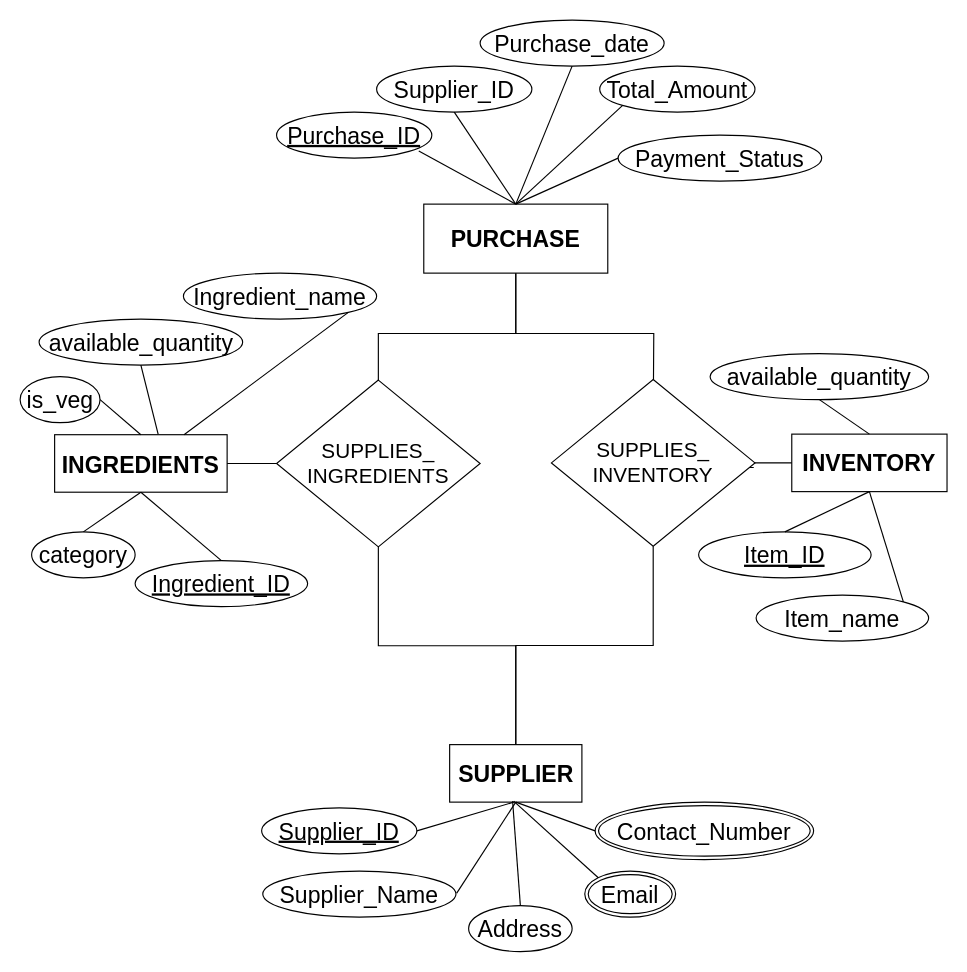
Earlier version of the draw.io diagram Cloud_Kitchen_P2.drawio (BunsenBurrito/Cloud_Kitchen_SEM-5). Source tidied: cells renumbered, new cells numbered last; positions are measured from the earlier drawing's top-left corner, leaving out a move shared by most shapes. Both pictures are drawn from the tidied source at 115%, with x=0, y=0 at pixel (20, 20).
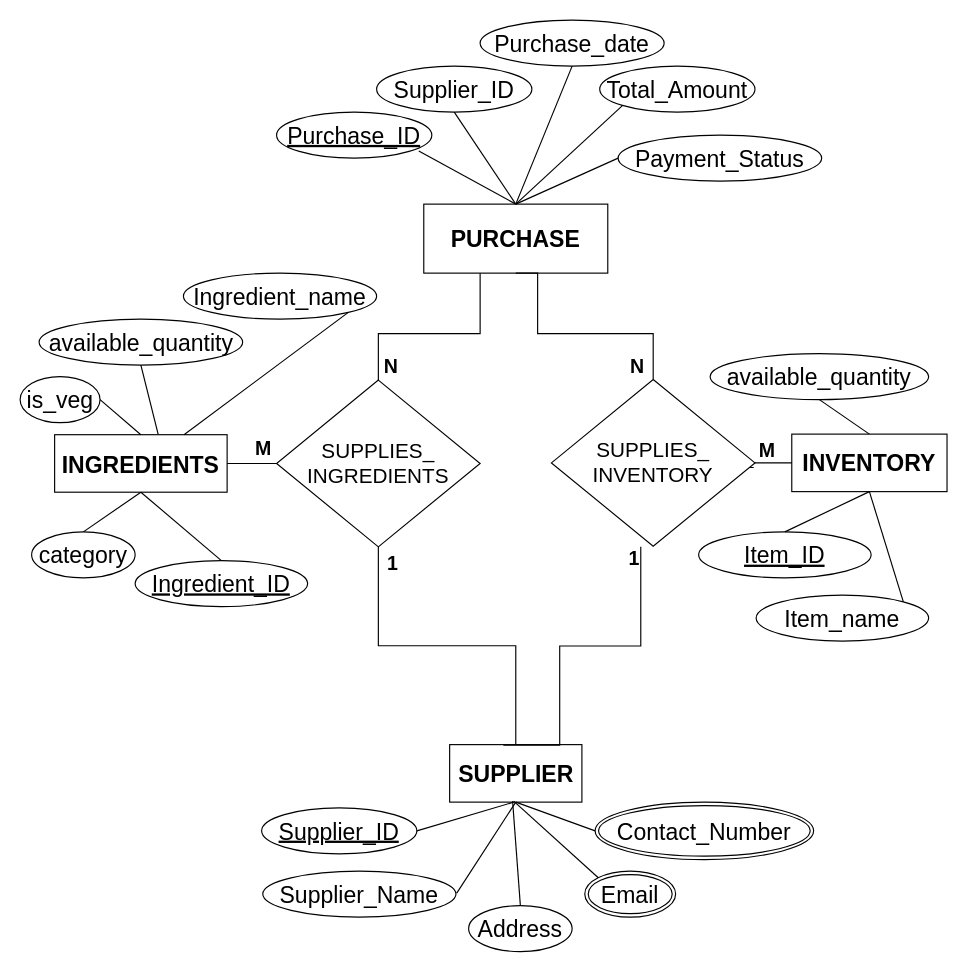
The same diagram, later.

The change refers to these unchanged cells:
```xml
<mxCell id="2" value="&lt;font style=&quot;font-size: 20px;&quot;&gt;&lt;b&gt;PURCHASE&lt;/b&gt;&lt;/font&gt;" style="whiteSpace=wrap;html=1;align=center;" parent="1" vertex="1">
  <mxGeometry x="351" y="160" width="160" height="60" as="geometry" />
</mxCell>
<mxCell id="4" value="&lt;font style=&quot;font-size: 20px;&quot;&gt;&lt;b&gt;SUPPLIER&lt;/b&gt;&lt;/font&gt;" style="whiteSpace=wrap;html=1;align=center;" parent="1" vertex="1">
  <mxGeometry x="373.5" y="630" width="115" height="50" as="geometry" />
</mxCell>
<mxCell id="7" value="&lt;font style=&quot;font-size: 18px;&quot;&gt;SUPP&lt;/font&gt;&lt;span style=&quot;font-size: 18px; background-color: transparent; color: light-dark(rgb(0, 0, 0), rgb(255, 255, 255));&quot;&gt;LIES_&lt;/span&gt;&lt;div&gt;&lt;span style=&quot;font-size: 18px; background-color: transparent; color: light-dark(rgb(0, 0, 0), rgb(255, 255, 255));&quot;&gt;INGREDIENTS&lt;/span&gt;&lt;/div&gt;" style="shape=rhombus;perimeter=rhombusPerimeter;whiteSpace=wrap;html=1;align=center;" parent="1" vertex="1">
  <mxGeometry x="223" y="313" width="177" height="145" as="geometry" />
</mxCell>
<mxCell id="13" value="&lt;font style=&quot;font-size: 18px;&quot;&gt;SUPP&lt;/font&gt;&lt;span style=&quot;font-size: 18px; background-color: transparent; color: light-dark(rgb(0, 0, 0), rgb(255, 255, 255));&quot;&gt;LIES_&lt;/span&gt;&lt;div&gt;&lt;span style=&quot;font-size: 18px; background-color: transparent; color: light-dark(rgb(0, 0, 0), rgb(255, 255, 255));&quot;&gt;INVENTORY&lt;/span&gt;&lt;/div&gt;" style="shape=rhombus;perimeter=rhombusPerimeter;whiteSpace=wrap;html=1;align=center;" parent="1" vertex="1">
  <mxGeometry x="462" y="312.5" width="177" height="145" as="geometry" />
</mxCell>
```

Change to the diagram source:
```diff
@@
     <mxCell id="6" style="edgeStyle=orthogonalEdgeStyle;rounded=0;jettySize=auto;html=1;endArrow=none;endFill=0;" parent="1" edge="1" source="7" target="2">
       <mxGeometry relative="1" as="geometry">
         <Array as="points">
-          <mxPoint x="311" y="272.5" />
-          <mxPoint x="431" y="272.5" />
+          <mxPoint x="311.6" y="272.6" />
+          <mxPoint x="400" y="272.6" />
         </Array>
       </mxGeometry>
     </mxCell>
@@
     <mxCell id="8" style="edgeStyle=orthogonalEdgeStyle;rounded=0;jettySize=auto;html=1;endArrow=none;endFill=0;entryX=0.5;entryY=1;entryDx=0;entryDy=0;exitX=0.5;exitY=0;exitDx=0;exitDy=0;" parent="1" edge="1" source="13" target="2">
       <mxGeometry relative="1" as="geometry">
         <Array as="points">
-          <mxPoint x="551" y="350" />
-          <mxPoint x="551" y="272.5" />
-          <mxPoint x="431" y="272.5" />
+          <mxPoint x="550.6" y="272.6" />
+          <mxPoint x="450" y="272.6" />
+          <mxPoint x="450" y="220" />
         </Array>
       </mxGeometry>
     </mxCell>
@@
-    <mxCell id="12" style="edgeStyle=orthogonalEdgeStyle;rounded=0;jettySize=auto;html=1;endArrow=none;endFill=0;entryX=0.5;entryY=1;entryDx=0;entryDy=0;exitX=0.5;exitY=0;exitDx=0;exitDy=0;" parent="1" edge="1" source="4" target="13">
-      <mxGeometry relative="1" as="geometry" />
+    <mxCell id="12" style="edgeStyle=orthogonalEdgeStyle;rounded=0;orthogonalLoop=1;jettySize=auto;html=1;endArrow=none;endFill=0;entryX=0.5;entryY=1;entryDx=0;entryDy=0;exitX=0.5;exitY=0;exitDx=0;exitDy=0;" parent="1" edge="1">
+      <mxGeometry relative="1" as="geometry">
+        <mxPoint x="420.2" y="630.5" as="sourcePoint" />
+        <mxPoint x="539.7" y="458" as="targetPoint" />
+        <Array as="points">
+          <mxPoint x="469.2" y="630.5" />
+          <mxPoint x="469.2" y="544.2" />
+          <mxPoint x="539.8" y="544.2" />
+        </Array>
+      </mxGeometry>
     </mxCell>
@@
+    <mxCell id="50" value="&lt;b&gt;&lt;font style=&quot;font-size: 17px;&quot;&gt;1&lt;/font&gt;&lt;/b&gt;" style="html=1;whiteSpace=wrap;align=right;verticalAlign=bottom;" parent="1" vertex="1">
+      <mxGeometry x="330" y="485" as="geometry" />
+    </mxCell>
+    <mxCell id="51" value="&lt;b&gt;&lt;font style=&quot;font-size: 17px;&quot;&gt;N&lt;/font&gt;&lt;/b&gt;" style="html=1;whiteSpace=wrap;align=right;verticalAlign=bottom;" parent="1" vertex="1">
+      <mxGeometry x="330" y="313" as="geometry" />
+    </mxCell>
+    <mxCell id="52" value="&lt;b&gt;&lt;font style=&quot;font-size: 17px;&quot;&gt;1&lt;/font&gt;&lt;/b&gt;" style="html=1;whiteSpace=wrap;align=right;verticalAlign=bottom;" parent="1" vertex="1">
+      <mxGeometry x="540" y="480" as="geometry" />
+    </mxCell>
+    <mxCell id="53" value="&lt;b&gt;&lt;font style=&quot;font-size: 17px;&quot;&gt;N&lt;/font&gt;&lt;/b&gt;" style="html=1;whiteSpace=wrap;align=right;verticalAlign=bottom;" parent="1" vertex="1">
+      <mxGeometry x="544" y="313" as="geometry" />
+    </mxCell>
+    <mxCell id="54" value="&lt;span style=&quot;font-size: 17px;&quot;&gt;&lt;b&gt;M&lt;/b&gt;&lt;/span&gt;" style="html=1;whiteSpace=wrap;align=right;verticalAlign=bottom;" parent="1" vertex="1">
+      <mxGeometry x="658" y="386" as="geometry" />
+    </mxCell>
+    <mxCell id="55" value="&lt;b&gt;&lt;font style=&quot;font-size: 17px;&quot;&gt;M&lt;/font&gt;&lt;/b&gt;" style="html=1;whiteSpace=wrap;align=right;verticalAlign=bottom;" parent="1" vertex="1">
+      <mxGeometry x="220" y="385" as="geometry" />
+    </mxCell>
```
